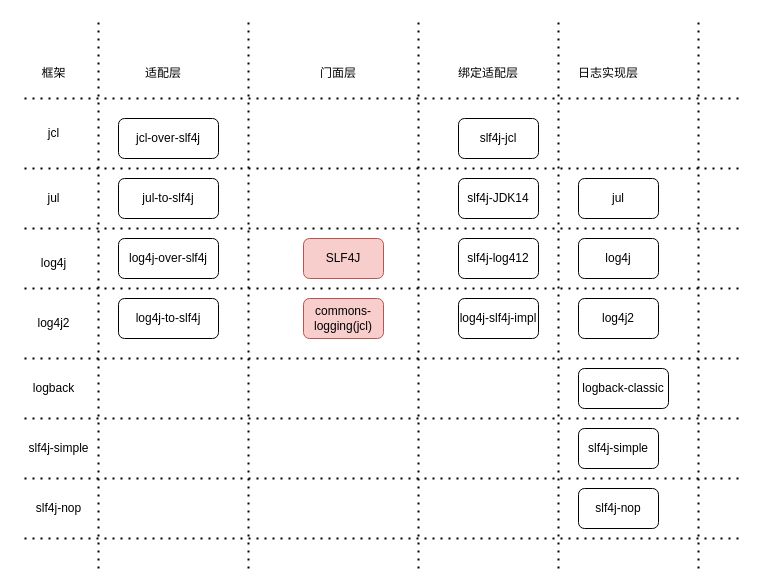
Earlier version of the draw.io diagram mine/未命名绘图.drawio (yoghurt326/Myprocess). Source tidied: cells renumbered, new cells numbered last; positions are measured from the earlier drawing's top-left corner, leaving out a move shared by most shapes. Both pictures are drawn from the tidied source at 100%, with x=0, y=0 at pixel (18, 18).
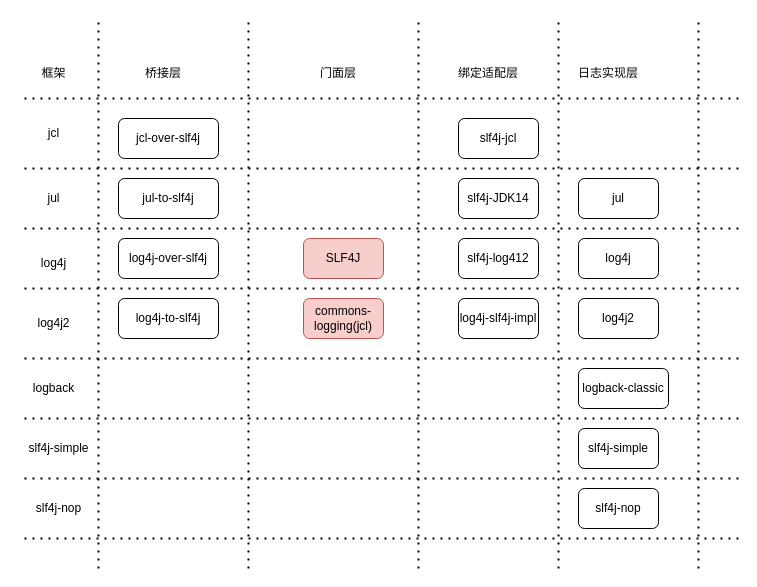
Above is the later version.

Change to the diagram source:
```diff
@@
-    <mxCell id="21" value="适配层" style="text;html=1;strokeColor=none;fillColor=none;align=center;verticalAlign=middle;whiteSpace=wrap;rounded=0;" parent="1" vertex="1">
+    <mxCell id="21" value="桥接层" style="text;html=1;strokeColor=none;fillColor=none;align=center;verticalAlign=middle;whiteSpace=wrap;rounded=0;" parent="1" vertex="1">
       <mxGeometry x="110" y="40" width="70" height="30" as="geometry" />
     </mxCell>
```
